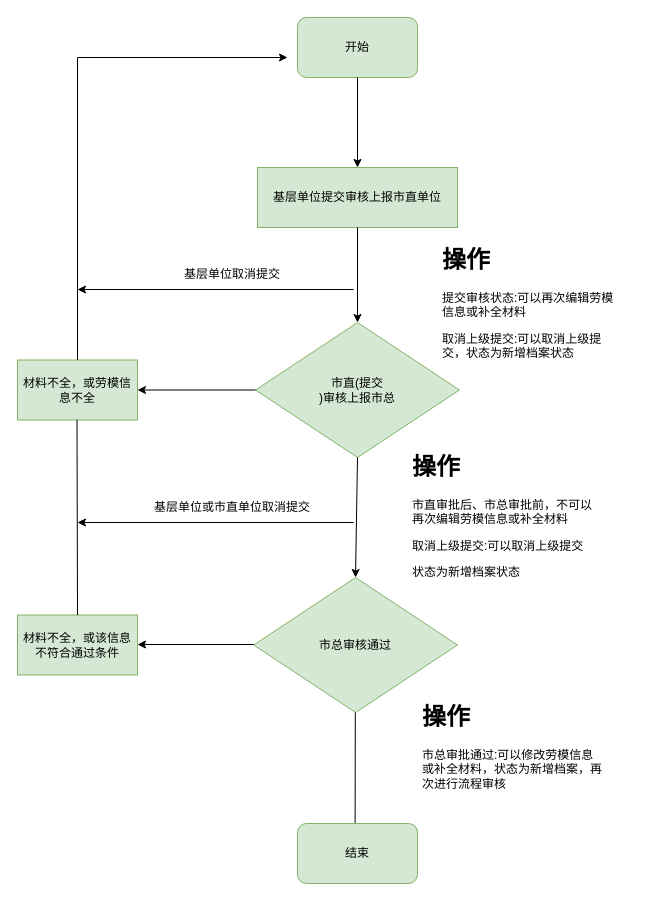
This is Untitled Diagram.drawio from 1131216061/repo1, a draw.io file, before an edit. Source tidied: cells renumbered, new cells numbered last; positions are measured from the earlier drawing's top-left corner, leaving out a move shared by most shapes. Both pictures are drawn from the tidied source at 100%, with x=0, y=0 at pixel (17, 17).
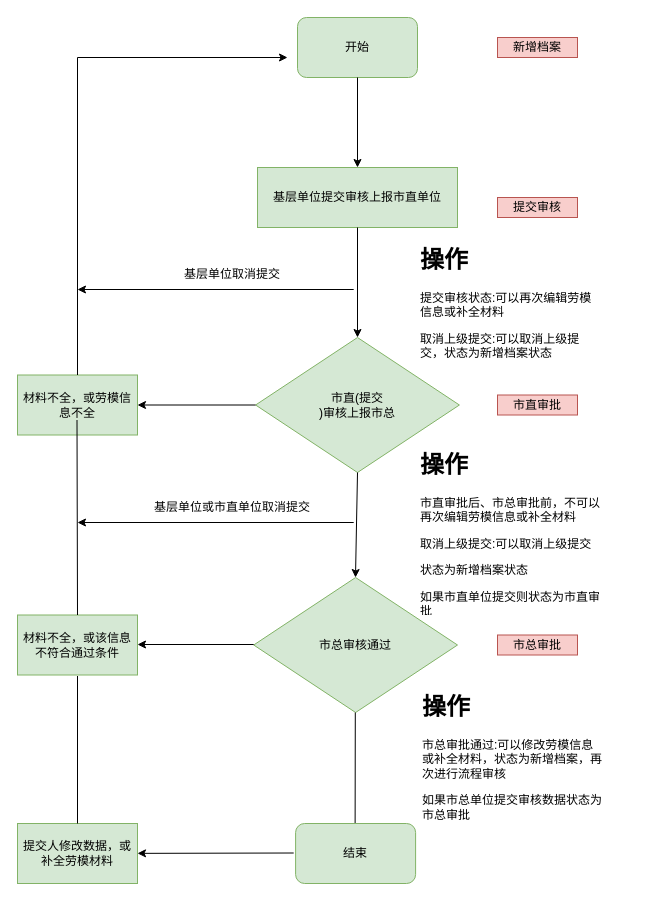
After the change.

The edit, as a diff of the source:
```diff
@@
     <mxCell id="5" value="市直(提交&lt;br&gt;)审核上报市总" style="rhombus;whiteSpace=wrap;html=1;fillColor=#d5e8d4;strokeColor=#82b366;" parent="1" vertex="1">
-      <mxGeometry x="238.1" y="305" width="203.8" height="135" as="geometry" />
+      <mxGeometry x="238.1" y="320" width="203.8" height="135" as="geometry" />
     </mxCell>
@@
     <mxCell id="8" value="材料不全，或劳模信息不全" style="rounded=0;whiteSpace=wrap;html=1;fillColor=#d5e8d4;strokeColor=#82b366;" parent="1" vertex="1">
-      <mxGeometry y="342.5" width="120" height="60" as="geometry" />
+      <mxGeometry y="357.5" width="120" height="60" as="geometry" />
     </mxCell>
@@
     <mxCell id="17" value="结束" style="rounded=1;whiteSpace=wrap;html=1;fillColor=#d5e8d4;strokeColor=#82b366;" parent="1" vertex="1">
-      <mxGeometry x="280" y="806" width="120" height="60" as="geometry" />
+      <mxGeometry x="278.1" y="806" width="120" height="60" as="geometry" />
     </mxCell>
@@
-    <mxCell id="22" value="&lt;h1&gt;操作&lt;/h1&gt;&lt;p&gt;市直审批后、市总审批前，不可以再次编辑劳模信息或补全材料&lt;/p&gt;&lt;p&gt;取消上级提交:可以取消上级提交&lt;/p&gt;&lt;p&gt;状态为新增档案状态&lt;/p&gt;" style="text;html=1;strokeColor=none;fillColor=none;spacing=5;spacingTop=-20;whiteSpace=wrap;overflow=hidden;rounded=0;" parent="1" vertex="1">
-      <mxGeometry x="390" y="430" width="190" height="130" as="geometry" />
+    <mxCell id="22" value="&lt;h1&gt;操作&lt;/h1&gt;&lt;p&gt;市直审批后、市总审批前，不可以再次编辑劳模信息或补全材料&lt;/p&gt;&lt;p&gt;取消上级提交:可以取消上级提交&lt;/p&gt;&lt;p&gt;状态为新增档案状态&lt;/p&gt;&lt;p&gt;如果市直单位提交则状态为市直审批&lt;/p&gt;" style="text;html=1;strokeColor=none;fillColor=none;spacing=5;spacingTop=-20;whiteSpace=wrap;overflow=hidden;rounded=0;" parent="1" vertex="1">
+      <mxGeometry x="398.1" y="427.5" width="190" height="170" as="geometry" />
     </mxCell>
     <mxCell id="23" value="&lt;h1&gt;操作&lt;/h1&gt;&lt;p&gt;提交审核状态:可以再次编辑劳模信息或补全材料&lt;/p&gt;&lt;p&gt;取消上级提交:可以取消上级提交，状态为新增档案状态&lt;/p&gt;" style="text;html=1;strokeColor=none;fillColor=none;spacing=5;spacingTop=-20;whiteSpace=wrap;overflow=hidden;rounded=0;" parent="1" vertex="1">
-      <mxGeometry x="420" y="223" width="190" height="120" as="geometry" />
+      <mxGeometry x="398.1" y="223" width="190" height="120" as="geometry" />
     </mxCell>
-    <mxCell id="24" value="&lt;h1&gt;操作&lt;/h1&gt;&lt;p&gt;市总审批通过:可以修改劳模信息或补全材料，状态为新增档案，再次进行流程审核&lt;/p&gt;" style="text;html=1;strokeColor=none;fillColor=none;spacing=5;spacingTop=-20;whiteSpace=wrap;overflow=hidden;rounded=0;" parent="1" vertex="1">
-      <mxGeometry x="400" y="680" width="190" height="120" as="geometry" />
+    <mxCell id="24" value="&lt;h1&gt;操作&lt;/h1&gt;&lt;p&gt;市总审批通过:可以修改劳模信息或补全材料，状态为新增档案，再次进行流程审核&lt;/p&gt;&lt;p&gt;如果市总单位提交审核数据状态为市总审批&lt;/p&gt;" style="text;html=1;strokeColor=none;fillColor=none;spacing=5;spacingTop=-20;whiteSpace=wrap;overflow=hidden;rounded=0;" parent="1" vertex="1">
+      <mxGeometry x="400" y="670" width="190" height="140" as="geometry" />
     </mxCell>
+    <mxCell id="25" value="新增档案" style="text;html=1;strokeColor=#b85450;fillColor=#f8cecc;align=center;verticalAlign=middle;whiteSpace=wrap;rounded=0;" parent="1" vertex="1">
+      <mxGeometry x="480" y="20" width="80" height="20" as="geometry" />
+    </mxCell>
+    <mxCell id="26" value="提交审核" style="text;html=1;strokeColor=#b85450;fillColor=#f8cecc;align=center;verticalAlign=middle;whiteSpace=wrap;rounded=0;" parent="1" vertex="1">
+      <mxGeometry x="480" y="180" width="80" height="20" as="geometry" />
+    </mxCell>
+    <mxCell id="27" value="市直审批" style="text;html=1;strokeColor=#b85450;fillColor=#f8cecc;align=center;verticalAlign=middle;whiteSpace=wrap;rounded=0;" parent="1" vertex="1">
+      <mxGeometry x="480" y="377.5" width="80" height="20" as="geometry" />
+    </mxCell>
+    <mxCell id="28" value="市总审批" style="text;html=1;strokeColor=#b85450;fillColor=#f8cecc;align=center;verticalAlign=middle;whiteSpace=wrap;rounded=0;" parent="1" vertex="1">
+      <mxGeometry x="480" y="617.5" width="80" height="20" as="geometry" />
+    </mxCell>
+    <mxCell id="29" value="提交人修改数据，或补全劳模材料" style="rounded=0;whiteSpace=wrap;html=1;fillColor=#d5e8d4;strokeColor=#82b366;" parent="1" vertex="1">
+      <mxGeometry y="806" width="120" height="60" as="geometry" />
+    </mxCell>
+    <mxCell id="30" style="endArrow=classic;html=1;exitX=0;exitY=0.5;exitDx=0;exitDy=0;" parent="1" edge="1" target="29">
+      <mxGeometry relative="1" as="geometry">
+        <mxPoint x="276.2" y="835.5" as="sourcePoint" />
+      </mxGeometry>
+    </mxCell>
+    <mxCell id="31" style="endArrow=none;html=1;entryX=0.5;entryY=1;entryDx=0;entryDy=0;exitX=0.5;exitY=0;exitDx=0;exitDy=0;" parent="1" edge="1" source="29">
+      <mxGeometry relative="1" as="geometry">
+        <mxPoint x="60" y="658.5" as="targetPoint" />
+      </mxGeometry>
+    </mxCell>
```
